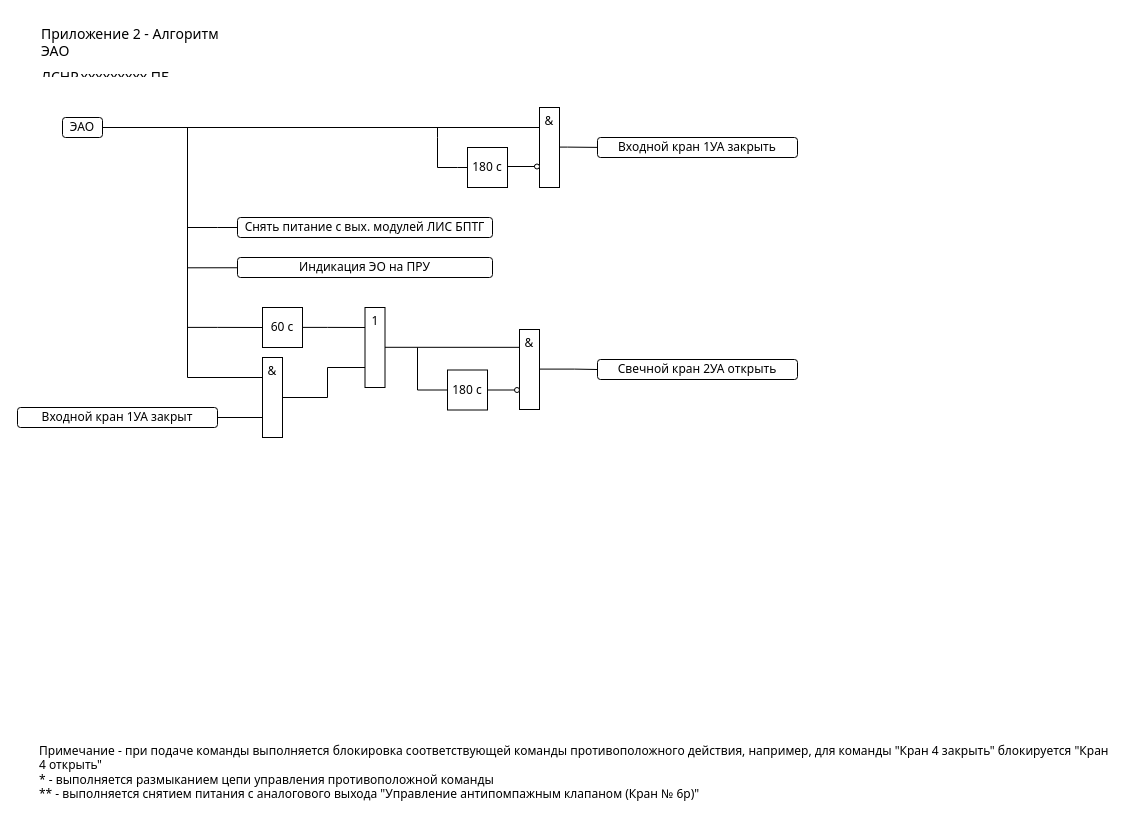
The draw.io diagram page "ЭАО последствия" (2 of 2) of Алгоритм ЭАО БПТГ.drawio in dashkova/datagrams, before the edit. Source tidied: cells renumbered, new cells numbered last; positions are measured from the earlier drawing's top-left corner, leaving out a move shared by most shapes. Both pictures are drawn from the tidied source at 100%, with x=0, y=0 at pixel (17, 27).
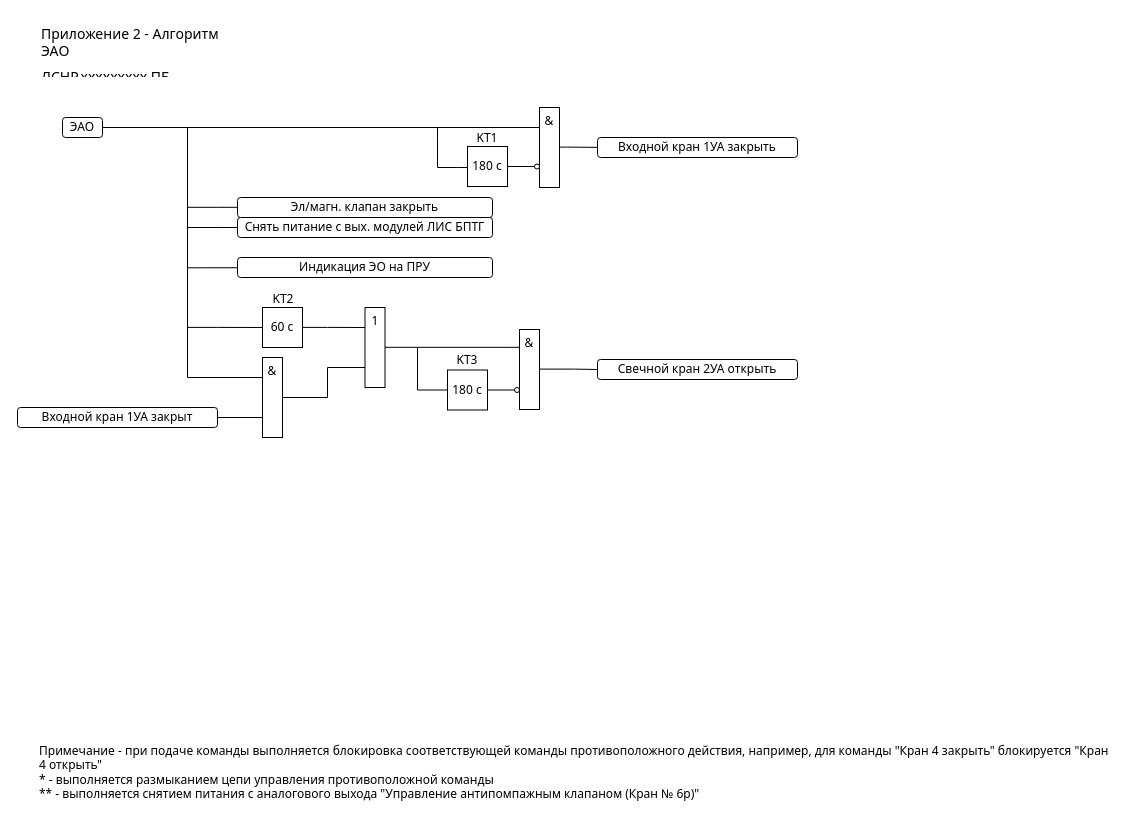
The same diagram, later.

The edit, as a diff of the source:
```diff
@@
     <mxCell id="12" value="180 c" style="whiteSpace=wrap;html=1;rounded=0;fontFamily=Tahoma;" parent="1" vertex="1">
-      <mxGeometry x="450" y="120" width="40" height="40" as="geometry" />
+      <mxGeometry x="450" y="119" width="40" height="40" as="geometry" />
     </mxCell>
@@
+    <mxCell id="35" value="Эл/магн. клапан закрыть" style="rounded=1;whiteSpace=wrap;html=1;fontFamily=Tahoma;" parent="1" vertex="1">
+      <mxGeometry x="220" y="170" width="255" height="20" as="geometry" />
+    </mxCell>
+    <mxCell id="36" style="edgeStyle=orthogonalEdgeStyle;rounded=0;orthogonalLoop=1;jettySize=auto;html=1;endArrow=none;endFill=0;fontFamily=Tahoma;" parent="1" edge="1">
+      <mxGeometry relative="1" as="geometry">
+        <mxPoint x="170" y="179.8" as="sourcePoint" />
+        <mxPoint x="220" y="179.8" as="targetPoint" />
+        <Array as="points">
+          <mxPoint x="200" y="180" />
+          <mxPoint x="200" y="180" />
+        </Array>
+      </mxGeometry>
+    </mxCell>
+    <mxCell id="37" value="&lt;font face=&quot;Tahoma&quot; style=&quot;font-size: 12px;&quot;&gt;KT1&lt;/font&gt;" style="text;strokeColor=none;fillColor=none;html=1;align=center;verticalAlign=middle;whiteSpace=wrap;rounded=0;fontSize=16;" parent="1" vertex="1">
+      <mxGeometry x="440" y="94" width="60" height="30" as="geometry" />
+    </mxCell>
+    <mxCell id="38" value="&lt;font face=&quot;Tahoma&quot; style=&quot;font-size: 12px;&quot;&gt;KT2&lt;/font&gt;" style="text;strokeColor=none;fillColor=none;html=1;align=center;verticalAlign=middle;whiteSpace=wrap;rounded=0;fontSize=16;" parent="1" vertex="1">
+      <mxGeometry x="236" y="255" width="60" height="30" as="geometry" />
+    </mxCell>
+    <mxCell id="39" value="&lt;font face=&quot;Tahoma&quot; style=&quot;font-size: 12px;&quot;&gt;KT3&lt;/font&gt;" style="text;strokeColor=none;fillColor=none;html=1;align=center;verticalAlign=middle;whiteSpace=wrap;rounded=0;fontSize=16;" parent="1" vertex="1">
+      <mxGeometry x="420" y="316" width="60" height="30" as="geometry" />
+    </mxCell>
```
